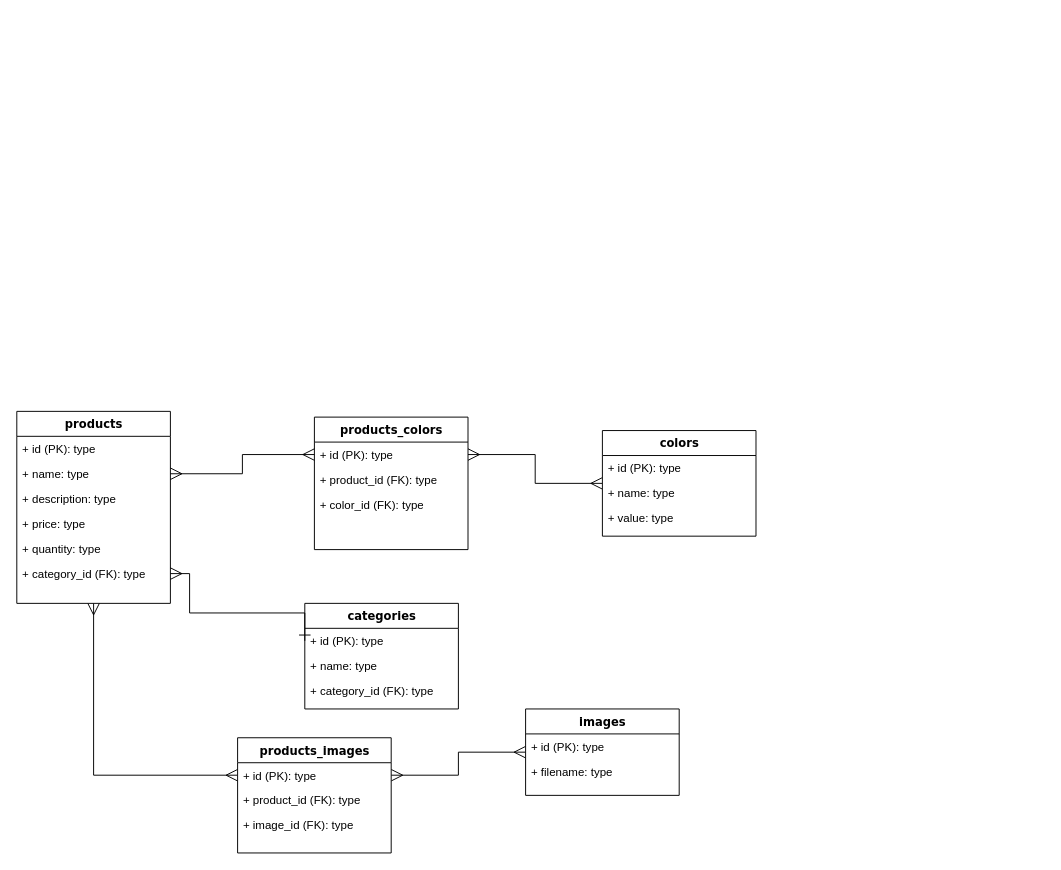
Earlier version of the draw.io diagram Untitled Diagram.drawio (gonzalokesy/grupo_1_roda). Source tidied: cells renumbered, new cells numbered last; positions are measured from the earlier drawing's top-left corner, leaving out a move shared by most shapes. Both pictures are drawn from the tidied source at 96%, with x=0, y=0 at pixel (16, 411).
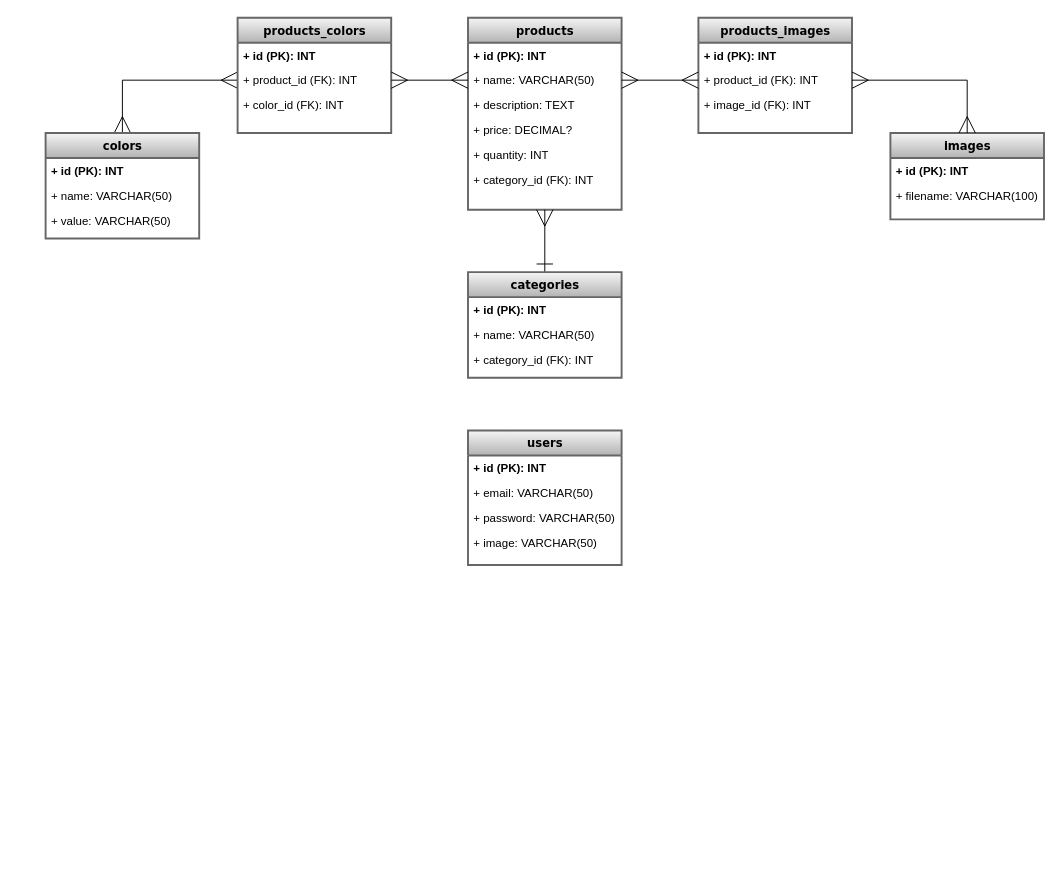
The same diagram, later.

Commit message:
DER actualizado

What changed in the source:
```diff
@@
-    <mxCell id="2" style="edgeStyle=orthogonalEdgeStyle;rounded=0;jettySize=auto;html=1;startArrow=ERmany;startFill=0;endArrow=ERmany;endFill=0;startSize=10;endSize=10;sourcePerimeterSpacing=0;targetPerimeterSpacing=0;strokeWidth=1;entryX=0;entryY=0.5;entryDx=0;entryDy=0;" parent="1" edge="1" source="3" target="30">
-      <mxGeometry relative="1" as="geometry" />
-    </mxCell>
-    <mxCell id="3" value="products" style="swimlane;html=1;fontStyle=1;align=center;verticalAlign=top;horizontal=1;startSize=26;swimlaneFillColor=#ffffff;rounded=0;shadow=0;comic=0;labelBackgroundColor=none;strokeWidth=1;fillColor=none;fontFamily=Verdana;fontSize=12;" parent="1" vertex="1">
-      <mxGeometry width="160" height="200" as="geometry" />
+    <mxCell id="3" value="products" style="swimlane;html=1;fontStyle=1;align=center;verticalAlign=top;horizontal=1;startSize=26;swimlaneFillColor=#ffffff;rounded=0;shadow=0;comic=0;labelBackgroundColor=none;strokeWidth=2;fontFamily=Verdana;fontSize=12;fillColor=#f5f5f5;gradientColor=#b3b3b3;strokeColor=#666666;" parent="1" vertex="1">
+      <mxGeometry x="470" y="-410" width="160" height="200" as="geometry" />
     </mxCell>
-    <mxCell id="4" value="+ id (PK): type" style="text;html=1;strokeColor=none;fillColor=none;align=left;verticalAlign=top;spacingLeft=4;spacingRight=4;whiteSpace=wrap;overflow=hidden;" parent="3" vertex="1">
+    <mxCell id="4" value="+ id (PK): INT" style="text;strokeColor=none;fillColor=none;align=left;verticalAlign=top;spacingLeft=4;spacingRight=4;overflow=hidden;fontStyle=1;rounded=0;glass=0;labelBackgroundColor=none;labelBorderColor=none;whiteSpace=wrap;html=1;fontSize=12;" parent="3" vertex="1">
       <mxGeometry y="26" width="160" height="26" as="geometry" />
     </mxCell>
-    <mxCell id="5" value="+ name: type" style="text;html=1;strokeColor=none;fillColor=none;align=left;verticalAlign=top;spacingLeft=4;spacingRight=4;whiteSpace=wrap;overflow=hidden;points=[[0,0.5],[1,0.5]];portConstraint=eastwest;" parent="3" vertex="1">
+    <mxCell id="5" value="+ name: VARCHAR(50)" style="text;html=1;strokeColor=none;fillColor=none;align=left;verticalAlign=top;spacingLeft=4;spacingRight=4;whiteSpace=wrap;overflow=hidden;points=[[0,0.5],[1,0.5]];portConstraint=eastwest;" parent="3" vertex="1">
       <mxGeometry y="52" width="160" height="26" as="geometry" />
     </mxCell>
-    <mxCell id="6" value="+ description: type" style="text;html=1;strokeColor=none;fillColor=none;align=left;verticalAlign=top;spacingLeft=4;spacingRight=4;whiteSpace=wrap;overflow=hidden;" parent="3" vertex="1">
+    <mxCell id="6" value="+ description: TEXT" style="text;html=1;strokeColor=none;fillColor=none;align=left;verticalAlign=top;spacingLeft=4;spacingRight=4;whiteSpace=wrap;overflow=hidden;" parent="3" vertex="1">
       <mxGeometry y="78" width="160" height="26" as="geometry" />
     </mxCell>
-    <mxCell id="7" value="+ price: type" style="text;html=1;strokeColor=none;fillColor=none;align=left;verticalAlign=top;spacingLeft=4;spacingRight=4;whiteSpace=wrap;overflow=hidden;" parent="3" vertex="1">
+    <mxCell id="7" value="+ price: DECIMAL?" style="text;html=1;strokeColor=none;fillColor=none;align=left;verticalAlign=top;spacingLeft=4;spacingRight=4;whiteSpace=wrap;overflow=hidden;" parent="3" vertex="1">
       <mxGeometry y="104" width="160" height="26" as="geometry" />
     </mxCell>
-    <mxCell id="8" value="+ quantity: type" style="text;html=1;strokeColor=none;fillColor=none;align=left;verticalAlign=top;spacingLeft=4;spacingRight=4;whiteSpace=wrap;overflow=hidden;" parent="3" vertex="1">
+    <mxCell id="8" value="+ quantity: INT" style="text;html=1;strokeColor=none;fillColor=none;align=left;verticalAlign=top;spacingLeft=4;spacingRight=4;whiteSpace=wrap;overflow=hidden;" parent="3" vertex="1">
       <mxGeometry y="130" width="160" height="26" as="geometry" />
     </mxCell>
-    <mxCell id="9" value="+ category_id (FK): type" style="text;html=1;strokeColor=none;fillColor=none;align=left;verticalAlign=top;spacingLeft=4;spacingRight=4;whiteSpace=wrap;overflow=hidden;" parent="3" vertex="1">
+    <mxCell id="9" value="+ category_id (FK): INT" style="text;html=1;strokeColor=none;fillColor=none;align=left;verticalAlign=top;spacingLeft=4;spacingRight=4;whiteSpace=wrap;overflow=hidden;" parent="3" vertex="1">
       <mxGeometry y="156" width="160" height="26" as="geometry" />
     </mxCell>
-    <mxCell id="10" style="edgeStyle=orthogonalEdgeStyle;rounded=0;jettySize=auto;html=1;entryX=1;entryY=0.5;entryDx=0;entryDy=0;startArrow=ERmany;startFill=0;endArrow=ERmany;endFill=0;startSize=10;endSize=10;sourcePerimeterSpacing=0;targetPerimeterSpacing=0;strokeWidth=1;" parent="1" edge="1" source="11" target="20">
+    <mxCell id="10" style="edgeStyle=orthogonalEdgeStyle;rounded=0;jettySize=auto;html=1;entryX=0;entryY=0.5;entryDx=0;entryDy=0;startArrow=ERmany;startFill=0;endArrow=ERmany;endFill=0;startSize=15;endSize=15;sourcePerimeterSpacing=0;targetPerimeterSpacing=0;strokeWidth=1;" parent="1" edge="1" source="11" target="21">
       <mxGeometry relative="1" as="geometry" />
     </mxCell>
-    <mxCell id="11" value="colors" style="swimlane;html=1;fontStyle=1;align=center;verticalAlign=top;horizontal=1;startSize=26;swimlaneFillColor=#ffffff;rounded=0;shadow=0;comic=0;labelBackgroundColor=none;strokeWidth=1;fillColor=none;fontFamily=Verdana;fontSize=12;" parent="1" vertex="1">
-      <mxGeometry x="610" y="20" width="160" height="110" as="geometry" />
+    <mxCell id="11" value="colors" style="swimlane;html=1;fontStyle=1;align=center;verticalAlign=top;horizontal=1;startSize=26;swimlaneFillColor=#ffffff;rounded=0;shadow=0;comic=0;labelBackgroundColor=none;strokeWidth=2;fillColor=#f5f5f5;fontFamily=Verdana;fontSize=12;gradientColor=#b3b3b3;strokeColor=#666666;" parent="1" vertex="1">
+      <mxGeometry x="30" y="-290" width="160" height="110" as="geometry" />
     </mxCell>
-    <mxCell id="12" value="+ id (PK): type" style="text;html=1;strokeColor=none;fillColor=none;align=left;verticalAlign=top;spacingLeft=4;spacingRight=4;whiteSpace=wrap;overflow=hidden;" parent="11" vertex="1">
+    <mxCell id="12" value="+ id (PK): INT" style="text;html=1;strokeColor=none;fillColor=none;align=left;verticalAlign=top;spacingLeft=4;spacingRight=4;whiteSpace=wrap;overflow=hidden;fontStyle=1;" parent="11" vertex="1">
       <mxGeometry y="26" width="160" height="26" as="geometry" />
     </mxCell>
-    <mxCell id="13" value="+ name: type" style="text;html=1;strokeColor=none;fillColor=none;align=left;verticalAlign=top;spacingLeft=4;spacingRight=4;whiteSpace=wrap;overflow=hidden;" parent="11" vertex="1">
+    <mxCell id="13" value="+ name: VARCHAR(50)" style="text;html=1;strokeColor=none;fillColor=none;align=left;verticalAlign=top;spacingLeft=4;spacingRight=4;whiteSpace=wrap;overflow=hidden;" parent="11" vertex="1">
       <mxGeometry y="52" width="160" height="26" as="geometry" />
     </mxCell>
-    <mxCell id="14" value="+ value: type" style="text;html=1;strokeColor=none;fillColor=none;align=left;verticalAlign=top;spacingLeft=4;spacingRight=4;whiteSpace=wrap;overflow=hidden;" parent="11" vertex="1">
+    <mxCell id="14" value="+ value: VARCHAR(50)" style="text;html=1;strokeColor=none;fillColor=none;align=left;verticalAlign=top;spacingLeft=4;spacingRight=4;whiteSpace=wrap;overflow=hidden;" parent="11" vertex="1">
       <mxGeometry y="78" width="160" height="26" as="geometry" />
     </mxCell>
+    <mxCell id="33" style="edgeStyle=orthogonalEdgeStyle;rounded=0;jettySize=auto;html=1;entryX=0.5;entryY=1;entryDx=0;entryDy=0;startArrow=ERone;startFill=0;endArrow=ERmany;endFill=0;startSize=15;endSize=15;sourcePerimeterSpacing=0;targetPerimeterSpacing=0;strokeWidth=1;" parent="1" edge="1" source="15" target="3">
+      <mxGeometry relative="1" as="geometry" />
+    </mxCell>
-    <mxCell id="15" value="categories" style="swimlane;html=1;fontStyle=1;align=center;verticalAlign=top;horizontal=1;startSize=26;swimlaneFillColor=#ffffff;rounded=0;shadow=0;comic=0;labelBackgroundColor=none;strokeWidth=1;fillColor=none;fontFamily=Verdana;fontSize=12;" parent="1" vertex="1">
-      <mxGeometry x="300" y="200" width="160" height="110" as="geometry" />
+    <mxCell id="15" value="categories" style="swimlane;html=1;fontStyle=1;align=center;verticalAlign=top;horizontal=1;startSize=26;swimlaneFillColor=#ffffff;rounded=0;shadow=0;comic=0;labelBackgroundColor=none;strokeWidth=2;fillColor=#f5f5f5;fontFamily=Verdana;fontSize=12;gradientColor=#b3b3b3;strokeColor=#666666;" parent="1" vertex="1">
+      <mxGeometry x="470" y="-145" width="160" height="110" as="geometry" />
     </mxCell>
-    <mxCell id="16" value="+ id (PK): type" style="text;html=1;strokeColor=none;fillColor=none;align=left;verticalAlign=top;spacingLeft=4;spacingRight=4;whiteSpace=wrap;overflow=hidden;points=[[0,0.5],[1,0.5]];portConstraint=eastwest;" parent="15" vertex="1">
+    <mxCell id="16" value="+ id (PK): INT" style="text;html=1;strokeColor=none;fillColor=none;align=left;verticalAlign=top;spacingLeft=4;spacingRight=4;whiteSpace=wrap;overflow=hidden;points=[[0,0.5],[1,0.5]];portConstraint=eastwest;fontStyle=1;" parent="15" vertex="1">
       <mxGeometry y="26" width="160" height="26" as="geometry" />
     </mxCell>
-    <mxCell id="17" value="+ name: type" style="text;html=1;strokeColor=none;fillColor=none;align=left;verticalAlign=top;spacingLeft=4;spacingRight=4;whiteSpace=wrap;overflow=hidden;" parent="15" vertex="1">
+    <mxCell id="17" value="+ name: VARCHAR(50)" style="text;html=1;strokeColor=none;fillColor=none;align=left;verticalAlign=top;spacingLeft=4;spacingRight=4;whiteSpace=wrap;overflow=hidden;" parent="15" vertex="1">
       <mxGeometry y="52" width="160" height="26" as="geometry" />
     </mxCell>
-    <mxCell id="18" value="+ category_id (FK): type" style="text;html=1;strokeColor=none;fillColor=none;align=left;verticalAlign=top;spacingLeft=4;spacingRight=4;whiteSpace=wrap;overflow=hidden;" parent="15" vertex="1">
+    <mxCell id="18" value="+ category_id (FK): INT" style="text;html=1;strokeColor=none;fillColor=none;align=left;verticalAlign=top;spacingLeft=4;spacingRight=4;whiteSpace=wrap;overflow=hidden;" parent="15" vertex="1">
       <mxGeometry y="78" width="160" height="32" as="geometry" />
     </mxCell>
-    <mxCell id="19" value="products_colors" style="swimlane;html=1;fontStyle=1;align=center;verticalAlign=top;horizontal=1;startSize=26;swimlaneFillColor=#ffffff;rounded=0;shadow=0;comic=0;labelBackgroundColor=none;strokeWidth=1;fillColor=none;fontFamily=Verdana;fontSize=12;" parent="1" vertex="1">
-      <mxGeometry x="310" y="6" width="160" height="138" as="geometry" />
+    <mxCell id="19" value="products_colors" style="swimlane;html=1;fontStyle=1;align=center;verticalAlign=top;horizontal=1;startSize=26;swimlaneFillColor=#ffffff;rounded=0;shadow=0;comic=0;labelBackgroundColor=none;strokeWidth=2;fillColor=#f5f5f5;fontFamily=Verdana;fontSize=12;gradientColor=#b3b3b3;strokeColor=#666666;" parent="1" vertex="1">
+      <mxGeometry x="230" y="-410" width="160" height="120" as="geometry" />
     </mxCell>
-    <mxCell id="20" value="+ id (PK): type" style="text;html=1;strokeColor=none;fillColor=none;align=left;verticalAlign=top;spacingLeft=4;spacingRight=4;whiteSpace=wrap;overflow=hidden;points=[[0,0.5],[1,0.5]];portConstraint=eastwest;" parent="19" vertex="1">
+    <mxCell id="20" value="+ id (PK): INT" style="text;html=1;strokeColor=none;fillColor=none;align=left;verticalAlign=top;spacingLeft=4;spacingRight=4;whiteSpace=wrap;overflow=hidden;points=[[0,0.5],[1,0.5]];portConstraint=eastwest;fontStyle=1;" parent="19" vertex="1">
       <mxGeometry y="26" width="160" height="26" as="geometry" />
     </mxCell>
-    <mxCell id="21" value="+ product_id (FK): type" style="text;html=1;strokeColor=none;fillColor=none;align=left;verticalAlign=top;spacingLeft=4;spacingRight=4;whiteSpace=wrap;overflow=hidden;points=[[0,0.5],[1,0.5]];portConstraint=eastwest;" parent="19" vertex="1">
+    <mxCell id="21" value="+ product_id (FK): INT" style="text;html=1;strokeColor=none;fillColor=none;align=left;verticalAlign=top;spacingLeft=4;spacingRight=4;whiteSpace=wrap;overflow=hidden;points=[[0,0.5],[1,0.5]];portConstraint=eastwest;" parent="19" vertex="1">
       <mxGeometry y="52" width="160" height="26" as="geometry" />
     </mxCell>
-    <mxCell id="22" value="+ color_id (FK): type" style="text;html=1;strokeColor=none;fillColor=none;align=left;verticalAlign=top;spacingLeft=4;spacingRight=4;whiteSpace=wrap;overflow=hidden;" parent="19" vertex="1">
+    <mxCell id="22" value="+ color_id (FK): INT" style="text;html=1;strokeColor=none;fillColor=none;align=left;verticalAlign=top;spacingLeft=4;spacingRight=4;whiteSpace=wrap;overflow=hidden;" parent="19" vertex="1">
       <mxGeometry y="78" width="160" height="26" as="geometry" />
     </mxCell>
-    <mxCell id="23" style="edgeStyle=orthogonalEdgeStyle;rounded=0;jettySize=auto;html=1;entryX=0;entryY=0.5;entryDx=0;entryDy=0;startArrow=ERmany;startFill=0;endArrow=ERone;endFill=0;startSize=10;endSize=10;sourcePerimeterSpacing=0;targetPerimeterSpacing=0;strokeWidth=1;" parent="1" edge="1" target="16">
-      <mxGeometry relative="1" as="geometry">
-        <mxPoint x="160" y="169" as="sourcePoint" />
-        <Array as="points">
-          <mxPoint x="180" y="169" />
-          <mxPoint x="180" y="210" />
-          <mxPoint x="300" y="210" />
-        </Array>
-      </mxGeometry>
-    </mxCell>
-    <mxCell id="24" style="edgeStyle=orthogonalEdgeStyle;rounded=0;jettySize=auto;html=1;entryX=0;entryY=0.5;entryDx=0;entryDy=0;startArrow=ERmany;startFill=0;endArrow=ERmany;endFill=0;startSize=10;endSize=10;sourcePerimeterSpacing=0;targetPerimeterSpacing=0;strokeWidth=1;" parent="1" edge="1" source="5" target="20">
+    <mxCell id="24" style="edgeStyle=orthogonalEdgeStyle;rounded=0;jettySize=auto;html=1;entryX=1;entryY=0.5;entryDx=0;entryDy=0;startArrow=ERmany;startFill=0;endArrow=ERmany;endFill=0;startSize=15;endSize=15;sourcePerimeterSpacing=0;targetPerimeterSpacing=0;strokeWidth=1;" parent="1" edge="1" source="5" target="21">
       <mxGeometry relative="1" as="geometry" />
     </mxCell>
-    <mxCell id="25" style="edgeStyle=orthogonalEdgeStyle;rounded=0;jettySize=auto;html=1;entryX=1;entryY=0.5;entryDx=0;entryDy=0;startArrow=ERmany;startFill=0;endArrow=ERmany;endFill=0;startSize=10;endSize=10;sourcePerimeterSpacing=0;targetPerimeterSpacing=0;strokeWidth=1;" parent="1" edge="1" source="26" target="30">
-      <mxGeometry relative="1" as="geometry" />
-    </mxCell>
-    <mxCell id="26" value="images" style="swimlane;html=1;fontStyle=1;align=center;verticalAlign=top;horizontal=1;startSize=26;swimlaneFillColor=#ffffff;rounded=0;shadow=0;comic=0;labelBackgroundColor=none;strokeWidth=1;fillColor=none;fontFamily=Verdana;fontSize=12;" parent="1" vertex="1">
-      <mxGeometry x="530" y="310" width="160" height="90" as="geometry" />
+    <mxCell id="26" value="images" style="swimlane;html=1;fontStyle=1;align=center;verticalAlign=top;horizontal=1;startSize=26;swimlaneFillColor=#ffffff;rounded=0;shadow=0;comic=0;labelBackgroundColor=none;strokeWidth=2;fillColor=#f5f5f5;fontFamily=Verdana;fontSize=12;gradientColor=#b3b3b3;strokeColor=#666666;" parent="1" vertex="1">
+      <mxGeometry x="910" y="-290" width="160" height="90" as="geometry" />
     </mxCell>
-    <mxCell id="27" value="+ id (PK): type" style="text;html=1;strokeColor=none;fillColor=none;align=left;verticalAlign=top;spacingLeft=4;spacingRight=4;whiteSpace=wrap;overflow=hidden;" parent="26" vertex="1">
+    <mxCell id="27" value="+ id (PK): INT" style="text;html=1;strokeColor=none;fillColor=none;align=left;verticalAlign=top;spacingLeft=4;spacingRight=4;whiteSpace=wrap;overflow=hidden;fontStyle=1;" parent="26" vertex="1">
       <mxGeometry y="26" width="160" height="26" as="geometry" />
     </mxCell>
-    <mxCell id="28" value="+ filename: type" style="text;html=1;strokeColor=none;fillColor=none;align=left;verticalAlign=top;spacingLeft=4;spacingRight=4;whiteSpace=wrap;overflow=hidden;" parent="26" vertex="1">
+    <mxCell id="28" value="+ filename: VARCHAR(100)" style="text;html=1;strokeColor=none;fillColor=none;align=left;verticalAlign=top;spacingLeft=4;spacingRight=4;whiteSpace=wrap;overflow=hidden;" parent="26" vertex="1">
       <mxGeometry y="52" width="160" height="26" as="geometry" />
     </mxCell>
-    <mxCell id="29" value="products_images" style="swimlane;html=1;fontStyle=1;align=center;verticalAlign=top;horizontal=1;startSize=26;swimlaneFillColor=#ffffff;rounded=0;shadow=0;comic=0;labelBackgroundColor=none;strokeWidth=1;fillColor=none;fontFamily=Verdana;fontSize=12;" parent="1" vertex="1">
-      <mxGeometry x="230" y="340" width="160" height="120" as="geometry" />
+    <mxCell id="29" value="products_images" style="swimlane;html=1;fontStyle=1;align=center;verticalAlign=top;horizontal=1;startSize=26;swimlaneFillColor=#ffffff;rounded=0;shadow=0;comic=0;labelBackgroundColor=none;strokeWidth=2;fillColor=#f5f5f5;fontFamily=Verdana;fontSize=12;gradientColor=#b3b3b3;strokeColor=#666666;" parent="1" vertex="1">
+      <mxGeometry x="710" y="-410" width="160" height="120" as="geometry" />
     </mxCell>
-    <mxCell id="30" value="+ id (PK): type" style="text;html=1;strokeColor=none;fillColor=none;align=left;verticalAlign=top;spacingLeft=4;spacingRight=4;whiteSpace=wrap;overflow=hidden;points=[[0,0.5],[1,0.5]];portConstraint=eastwest;" parent="29" vertex="1">
+    <mxCell id="30" value="+ id (PK): INT" style="text;html=1;strokeColor=none;fillColor=none;align=left;verticalAlign=top;spacingLeft=4;spacingRight=4;whiteSpace=wrap;overflow=hidden;points=[[0,0.5],[1,0.5]];portConstraint=eastwest;fontStyle=1;" parent="29" vertex="1">
       <mxGeometry y="26" width="160" height="26" as="geometry" />
     </mxCell>
-    <mxCell id="31" value="+ product_id (FK): type" style="text;html=1;strokeColor=none;fillColor=none;align=left;verticalAlign=top;spacingLeft=4;spacingRight=4;whiteSpace=wrap;overflow=hidden;points=[[0,0.5],[1,0.5]];portConstraint=eastwest;" parent="29" vertex="1">
+    <mxCell id="31" value="+ product_id (FK): INT" style="text;html=1;strokeColor=none;fillColor=none;align=left;verticalAlign=top;spacingLeft=4;spacingRight=4;whiteSpace=wrap;overflow=hidden;points=[[0,0.5],[1,0.5]];portConstraint=eastwest;" parent="29" vertex="1">
       <mxGeometry y="52" width="160" height="26" as="geometry" />
     </mxCell>
-    <mxCell id="32" value="+ image_id (FK): type" style="text;html=1;strokeColor=none;fillColor=none;align=left;verticalAlign=top;spacingLeft=4;spacingRight=4;whiteSpace=wrap;overflow=hidden;" parent="29" vertex="1">
+    <mxCell id="32" value="+ image_id (FK): INT" style="text;html=1;strokeColor=none;fillColor=none;align=left;verticalAlign=top;spacingLeft=4;spacingRight=4;whiteSpace=wrap;overflow=hidden;" parent="29" vertex="1">
       <mxGeometry y="78" width="160" height="26" as="geometry" />
     </mxCell>
+    <mxCell id="34" style="edgeStyle=orthogonalEdgeStyle;rounded=0;jettySize=auto;html=1;entryX=1;entryY=0.5;entryDx=0;entryDy=0;startArrow=ERmany;startFill=0;endArrow=ERmany;endFill=0;startSize=15;endSize=15;sourcePerimeterSpacing=0;targetPerimeterSpacing=0;strokeWidth=1;" parent="1" edge="1" source="31" target="5">
+      <mxGeometry relative="1" as="geometry" />
+    </mxCell>
+    <mxCell id="35" style="edgeStyle=orthogonalEdgeStyle;rounded=0;jettySize=auto;html=1;entryX=0.5;entryY=0;entryDx=0;entryDy=0;startArrow=ERmany;startFill=0;endArrow=ERmany;endFill=0;startSize=15;endSize=15;sourcePerimeterSpacing=0;targetPerimeterSpacing=0;strokeWidth=1;" parent="1" edge="1" source="31" target="26">
+      <mxGeometry relative="1" as="geometry" />
+    </mxCell>
+    <mxCell id="36" value="users" style="swimlane;html=1;fontStyle=1;align=center;verticalAlign=top;horizontal=1;startSize=26;swimlaneFillColor=#ffffff;rounded=0;shadow=0;comic=0;labelBackgroundColor=none;strokeWidth=2;fontFamily=Verdana;fontSize=12;fillColor=#f5f5f5;gradientColor=#b3b3b3;strokeColor=#666666;" parent="1" vertex="1">
+      <mxGeometry x="470" y="20" width="160" height="140" as="geometry" />
+    </mxCell>
+    <mxCell id="37" value="+ id (PK): INT" style="text;strokeColor=none;fillColor=none;align=left;verticalAlign=top;spacingLeft=4;spacingRight=4;overflow=hidden;fontStyle=1;rounded=0;glass=0;labelBackgroundColor=none;labelBorderColor=none;whiteSpace=wrap;html=1;fontSize=12;" parent="36" vertex="1">
+      <mxGeometry y="26" width="160" height="26" as="geometry" />
+    </mxCell>
+    <mxCell id="38" value="+ email: VARCHAR(50)" style="text;html=1;strokeColor=none;fillColor=none;align=left;verticalAlign=top;spacingLeft=4;spacingRight=4;whiteSpace=wrap;overflow=hidden;" parent="36" vertex="1">
+      <mxGeometry y="52" width="160" height="26" as="geometry" />
+    </mxCell>
+    <mxCell id="39" value="+ password: VARCHAR(50)" style="text;html=1;strokeColor=none;fillColor=none;align=left;verticalAlign=top;spacingLeft=4;spacingRight=4;whiteSpace=wrap;overflow=hidden;" parent="36" vertex="1">
+      <mxGeometry y="78" width="160" height="26" as="geometry" />
+    </mxCell>
+    <mxCell id="40" value="+ image: VARCHAR(50)" style="text;html=1;strokeColor=none;fillColor=none;align=left;verticalAlign=top;spacingLeft=4;spacingRight=4;whiteSpace=wrap;overflow=hidden;" parent="36" vertex="1">
+      <mxGeometry y="104" width="160" height="26" as="geometry" />
+    </mxCell>
```
